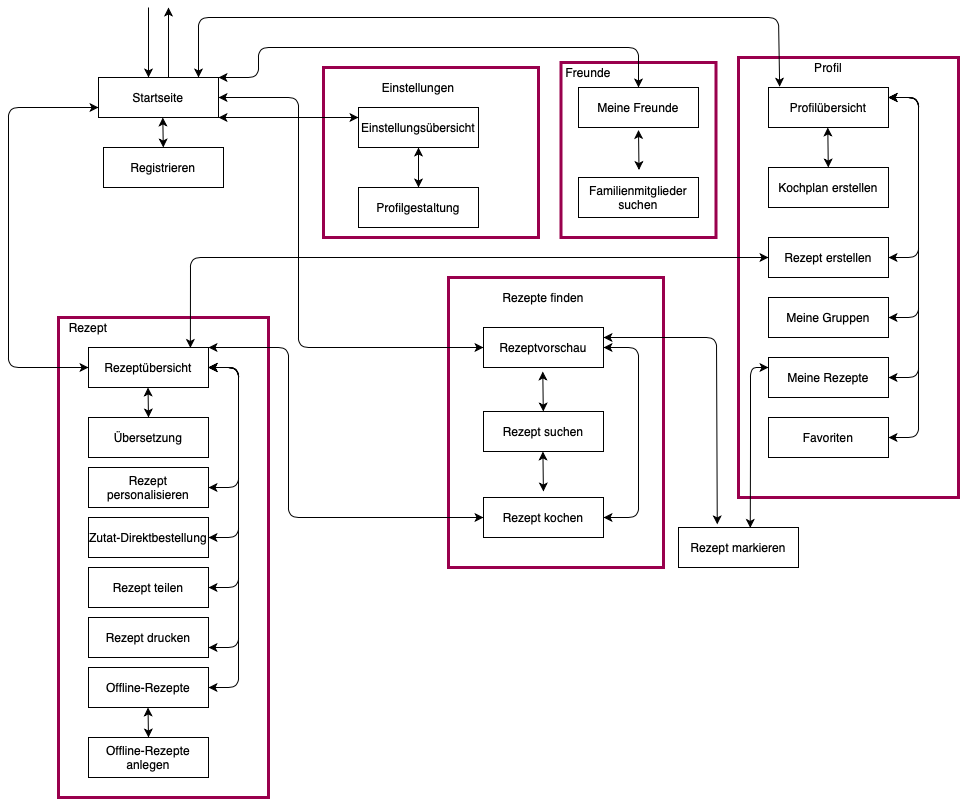
The draw.io diagram Artefakte/NavigationModel/WS2020_CobanMai_NavigationModel_v1.png in Inf166/PeerToPeerSharingOfCookingRecipies, before a commit. Source tidied: cells renumbered, new cells last; positions are measured from the earlier drawing's top-left corner, leaving out a move shared by most shapes.
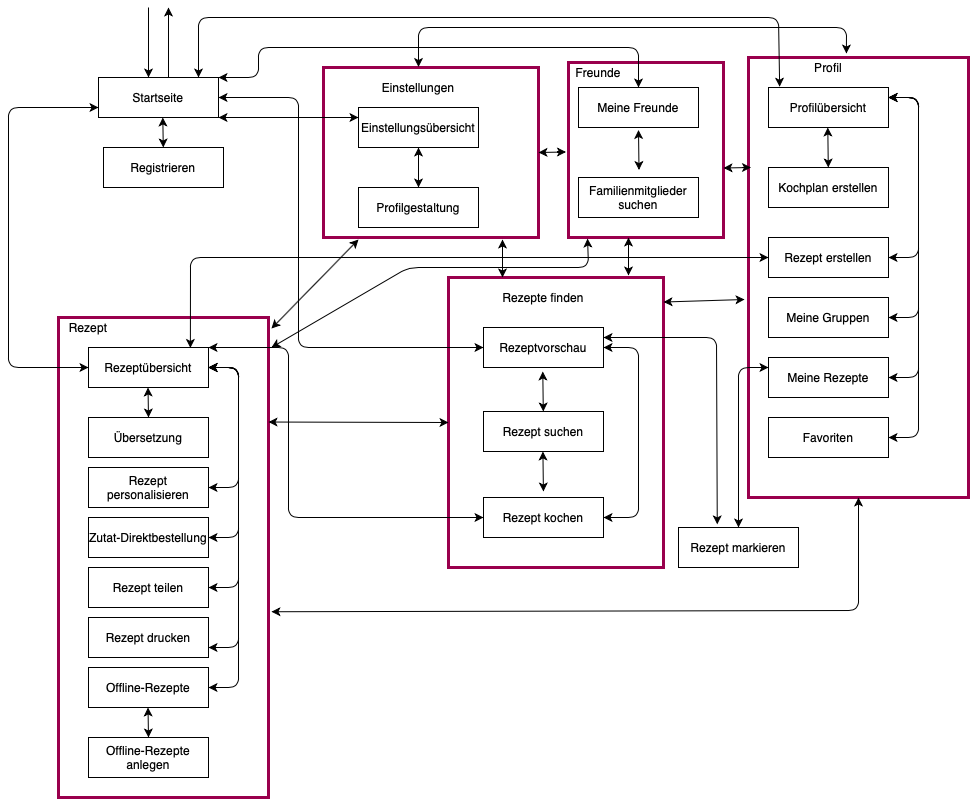
The same file after the commit.

Diff of the diagram source:
```diff
@@ -3,10 +3,10 @@
     <mxCell id="0" />
     <mxCell id="1" parent="0" />
     <mxCell id="2" style="rounded=0;whiteSpace=wrap;html=1;fillColor=none;strokeColor=#99004D;strokeWidth=3;" parent="1" vertex="1">
-      <mxGeometry x="552.5" y="55" width="155" height="175" as="geometry" />
+      <mxGeometry x="560" y="55" width="155" height="175" as="geometry" />
     </mxCell>
     <mxCell id="3" style="rounded=0;whiteSpace=wrap;html=1;fillColor=none;strokeColor=#99004D;strokeWidth=3;" parent="1" vertex="1">
-      <mxGeometry x="730" y="50" width="220" height="440" as="geometry" />
+      <mxGeometry x="740" y="50" width="220" height="440" as="geometry" />
     </mxCell>
     <mxCell id="4" style="rounded=0;whiteSpace=wrap;html=1;fillColor=none;strokeColor=#99004D;strokeWidth=3;" parent="1" vertex="1">
       <mxGeometry x="50" y="310" width="210" height="480" as="geometry" />
@@ -296,11 +296,11 @@
         </Array>
       </mxGeometry>
     </mxCell>
-    <mxCell id="58" style="endArrow=classic;startArrow=classic;html=1;exitX=0.598;exitY=0.01;exitDx=0;exitDy=0;exitPerimeter=0;entryX=0;entryY=0.25;entryDx=0;entryDy=0;" parent="1" edge="1" source="56" target="41">
+    <mxCell id="58" style="endArrow=classic;startArrow=classic;html=1;entryX=0;entryY=0.25;entryDx=0;entryDy=0;exitX=0.5;exitY=0;exitDx=0;exitDy=0;" parent="1" edge="1" source="56" target="41">
       <mxGeometry relative="1" as="geometry">
         <Array as="points">
-          <mxPoint x="742" y="440" />
-          <mxPoint x="742" y="360" />
+          <mxPoint x="730" y="440" />
+          <mxPoint x="730" y="360" />
         </Array>
       </mxGeometry>
     </mxCell>
@@ -323,7 +323,7 @@
       </mxGeometry>
     </mxCell>
     <mxCell id="62" value="Freunde" style="text;html=1;strokeColor=none;fillColor=none;align=center;verticalAlign=middle;whiteSpace=wrap;rounded=0;" parent="1" vertex="1">
-      <mxGeometry x="560" y="55" width="40" height="20" as="geometry" />
+      <mxGeometry x="570" y="55" width="40" height="20" as="geometry" />
     </mxCell>
     <mxCell id="63" value="Offline-Rezepte anlegen" style="rounded=0;whiteSpace=wrap;html=1;" parent="1" vertex="1">
       <mxGeometry x="80" y="730" width="120" height="40" as="geometry" />
@@ -334,5 +334,76 @@
         <mxPoint x="139.5" y="700" as="targetPoint" />
       </mxGeometry>
     </mxCell>
+    <mxCell id="65" style="endArrow=classic;startArrow=classic;html=1;exitX=1;exitY=0.5;exitDx=0;exitDy=0;" parent="1" edge="1" source="5">
+      <mxGeometry relative="1" as="geometry">
+        <mxPoint x="557.5" y="144.5" as="targetPoint" />
+        <Array as="points">
+          <mxPoint x="557.5" y="144.5" />
+          <mxPoint x="547.5" y="144.5" />
+        </Array>
+      </mxGeometry>
+    </mxCell>
+    <mxCell id="66" style="endArrow=classic;startArrow=classic;html=1;exitX=1;exitY=0.5;exitDx=0;exitDy=0;" parent="1" edge="1">
+      <mxGeometry relative="1" as="geometry">
+        <mxPoint x="715" y="160.5" as="sourcePoint" />
+        <mxPoint x="742.5" y="160" as="targetPoint" />
+        <Array as="points">
+          <mxPoint x="742.5" y="160" />
+          <mxPoint x="732.5" y="160" />
+        </Array>
+      </mxGeometry>
+    </mxCell>
+    <mxCell id="67" style="endArrow=classic;startArrow=classic;html=1;entryX=0.445;entryY=-0.009;entryDx=0;entryDy=0;exitX=1;exitY=1;exitDx=0;exitDy=0;entryPerimeter=0;" parent="1" edge="1" target="3">
+      <mxGeometry relative="1" as="geometry">
+        <mxPoint x="410" y="59.5" as="sourcePoint" />
+        <Array as="points">
+          <mxPoint x="410" y="20" />
+          <mxPoint x="838" y="20" />
+        </Array>
+      </mxGeometry>
+    </mxCell>
+    <mxCell id="68" style="endArrow=classic;startArrow=classic;html=1;" parent="1" edge="1">
+      <mxGeometry relative="1" as="geometry">
+        <mxPoint x="494" y="232" as="sourcePoint" />
+        <mxPoint x="494" y="270" as="targetPoint" />
+      </mxGeometry>
+    </mxCell>
+    <mxCell id="69" style="endArrow=classic;startArrow=classic;html=1;entryX=1.014;entryY=0.023;entryDx=0;entryDy=0;entryPerimeter=0;" parent="1" edge="1" target="4">
+      <mxGeometry relative="1" as="geometry">
+        <mxPoint x="350" y="232" as="sourcePoint" />
+      </mxGeometry>
+    </mxCell>
+    <mxCell id="70" style="endArrow=classic;startArrow=classic;html=1;" parent="1" edge="1">
+      <mxGeometry relative="1" as="geometry">
+        <mxPoint x="620" y="230" as="sourcePoint" />
+        <mxPoint x="620" y="268" as="targetPoint" />
+      </mxGeometry>
+    </mxCell>
+    <mxCell id="71" style="endArrow=classic;startArrow=classic;html=1;entryX=1.014;entryY=0.023;entryDx=0;entryDy=0;entryPerimeter=0;exitX=0.123;exitY=1.006;exitDx=0;exitDy=0;exitPerimeter=0;" parent="1" edge="1" source="2">
+      <mxGeometry relative="1" as="geometry">
+        <mxPoint x="262.9" y="340" as="targetPoint" />
+        <Array as="points">
+          <mxPoint x="580" y="260" />
+          <mxPoint x="400" y="260" />
+        </Array>
+      </mxGeometry>
+    </mxCell>
+    <mxCell id="72" style="endArrow=classic;startArrow=classic;html=1;entryX=1.014;entryY=0.023;entryDx=0;entryDy=0;entryPerimeter=0;exitX=-0.018;exitY=0.55;exitDx=0;exitDy=0;exitPerimeter=0;" parent="1" edge="1" source="3">
+      <mxGeometry relative="1" as="geometry">
+        <mxPoint x="655" y="294.5" as="targetPoint" />
+      </mxGeometry>
+    </mxCell>
+    <mxCell id="73" style="endArrow=classic;startArrow=classic;html=1;entryX=1.014;entryY=0.613;entryDx=0;entryDy=0;entryPerimeter=0;exitX=0.5;exitY=1;exitDx=0;exitDy=0;" parent="1" edge="1" source="3" target="4">
+      <mxGeometry relative="1" as="geometry">
+        <Array as="points">
+          <mxPoint x="850" y="603" />
+        </Array>
+      </mxGeometry>
+    </mxCell>
+    <mxCell id="74" style="endArrow=classic;startArrow=classic;html=1;entryX=1.014;entryY=0.023;entryDx=0;entryDy=0;entryPerimeter=0;exitX=0;exitY=0.5;exitDx=0;exitDy=0;" parent="1" edge="1" source="6">
+      <mxGeometry relative="1" as="geometry">
+        <mxPoint x="260" y="414.5" as="targetPoint" />
+      </mxGeometry>
+    </mxCell>
   </root>
 </mxGraphModel>
```
